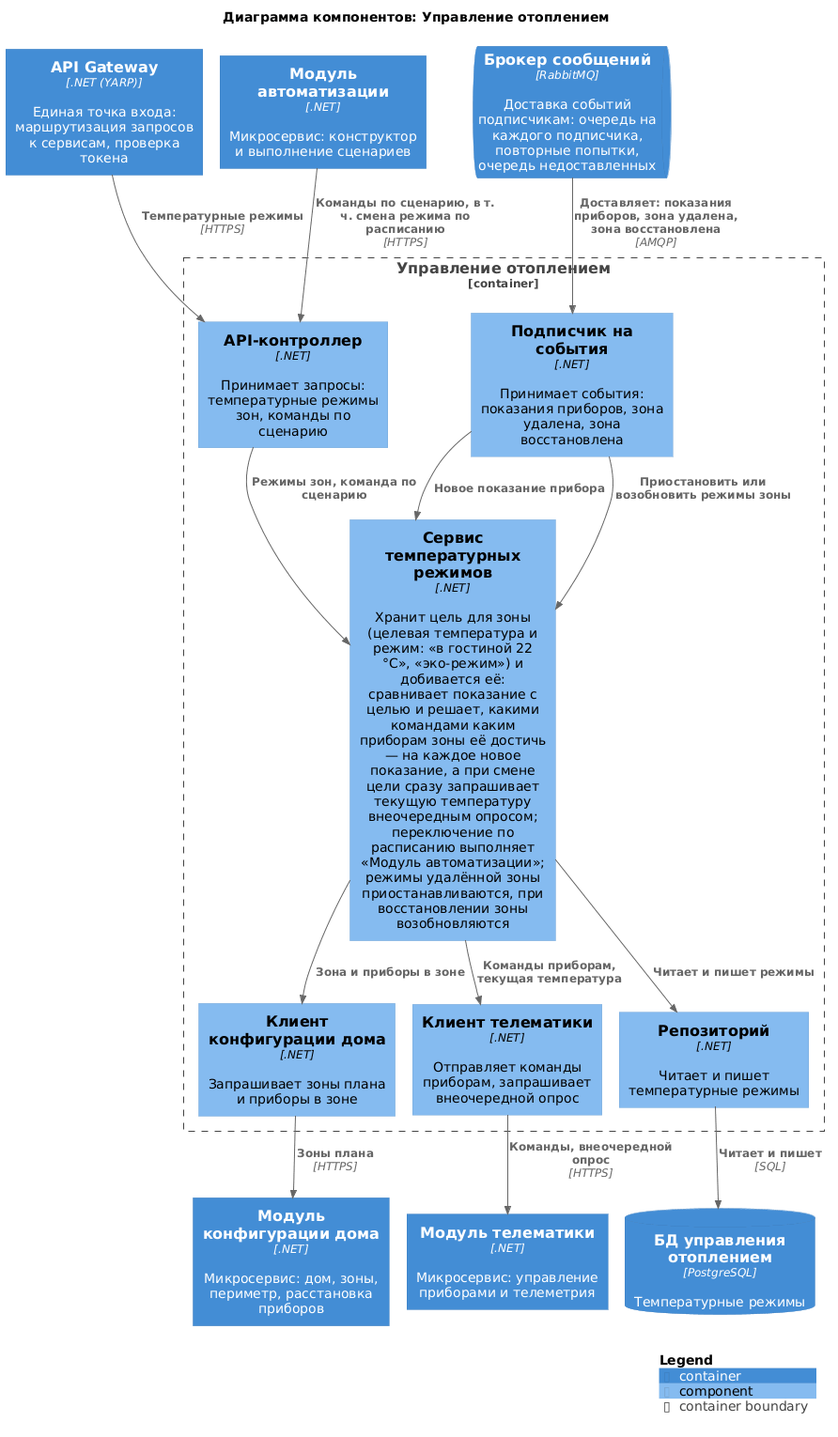
This is diagrams/components/heating.png from Lyamin-av/architecture-warmhouse, a PlantUML export, as it was before one commit.
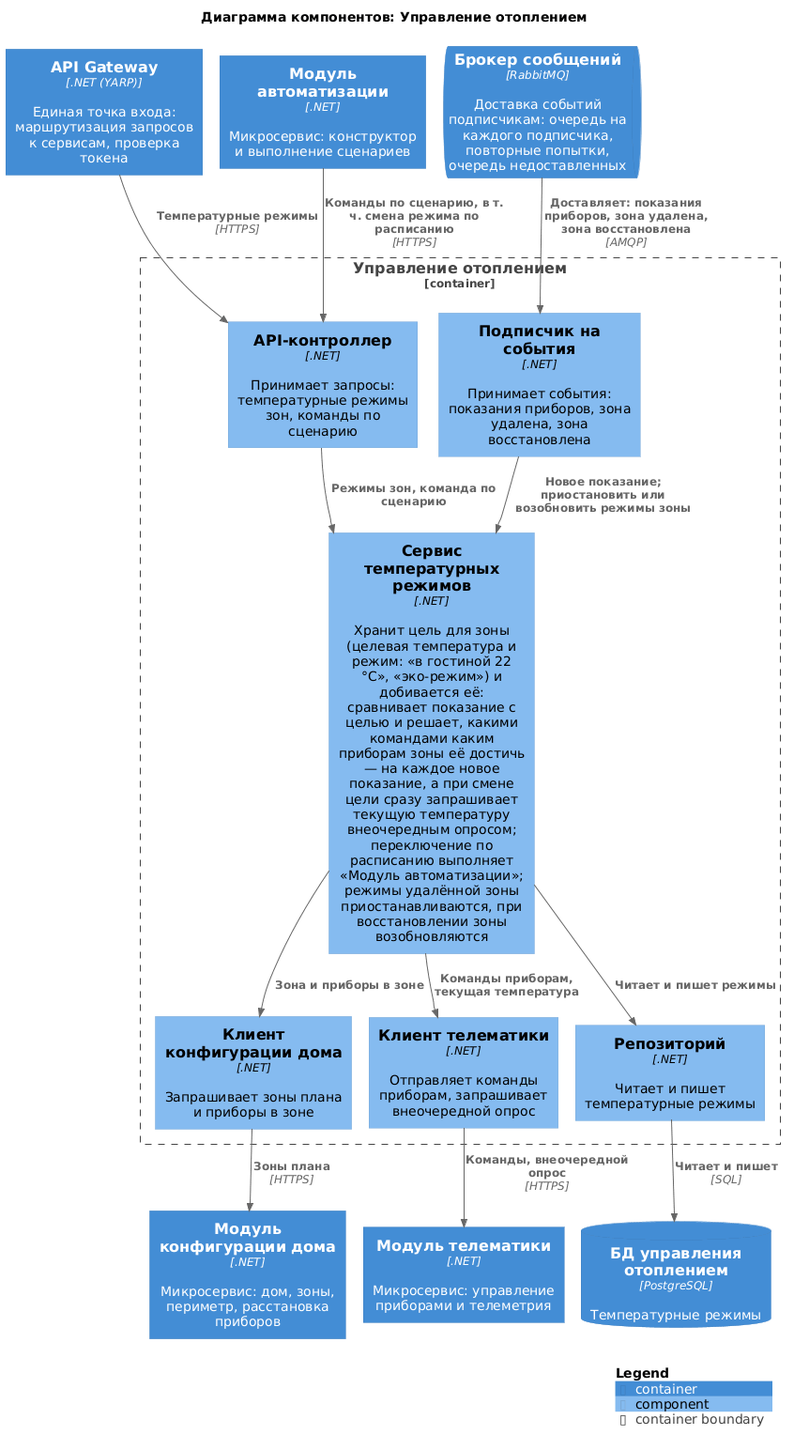
After the change.

Commit message:
Отопление: одна стрелка от подписчика к сервису режимов

Diff of the diagram source:
```diff
@@ -24,8 +24,7 @@
 Rel(Broker, subscriber, "Доставляет: показания приборов, зона удалена, зона восстановлена", "AMQP")
 
 Rel(api, regimes, "Режимы зон, команда по сценарию")
-Rel(subscriber, regimes, "Приостановить или возобновить режимы зоны")
-Rel(subscriber, regimes, "Новое показание прибора")
+Rel(subscriber, regimes, "Новое показание; приостановить или возобновить режимы зоны")
 Rel(regimes, hcClient, "Зона и приборы в зоне")
 Rel(regimes, tmClient, "Команды приборам, текущая температура")
 Rel(hcClient, HouseConfigurator, "Зоны плана", "HTTPS")
```
